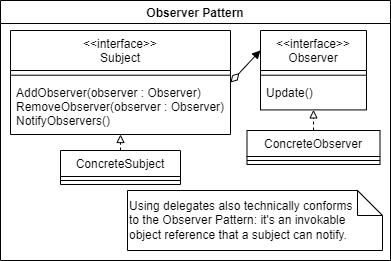
Johnny-Connor/GameProgrammingPatterns keeps this draw.io diagram as Assets/ObserverPattern/ObserverPatternDiagram.png. Above is the earlier version. Source tidied: cells renumbered, new cells last; positions are measured from the earlier drawing's top-left corner, leaving out a move shared by most shapes. Source of this version:
```xml
<mxGraphModel>
  <root>
    <mxCell id="0" />
    <mxCell id="1" parent="0" />
    <mxCell id="2" value="Observer Pattern" style="swimlane;labelBorderColor=none;labelBackgroundColor=none;spacing=2;" parent="1" vertex="1">
      <mxGeometry width="390" height="260" as="geometry" />
    </mxCell>
    <mxCell id="3" value="&lt;&lt;interface&gt;&gt;&#10;Subject" style="swimlane;fontStyle=0;align=center;verticalAlign=top;horizontal=1;startSize=40;" parent="2" vertex="1">
      <mxGeometry x="10" y="30" width="220" height="104" as="geometry" />
    </mxCell>
    <mxCell id="4" style="line;strokeWidth=1;fillColor=none;align=left;verticalAlign=middle;spacingTop=-1;spacingLeft=3;spacingRight=3;labelPosition=right;strokeColor=inherit;" parent="3" vertex="1">
      <mxGeometry y="40" width="220" height="9.4" as="geometry" />
    </mxCell>
    <mxCell id="5" value="AddObserver(observer : Observer)&#10;RemoveObserver(observer : Observer)&#10;NotifyObservers()" style="text;strokeColor=none;fillColor=none;align=left;verticalAlign=top;spacingLeft=4;spacingRight=4;overflow=hidden;" parent="3" vertex="1">
      <mxGeometry y="49.4" width="220" height="54.6" as="geometry" />
    </mxCell>
    <mxCell id="6" value="&lt;&lt;interface&gt;&gt;&#10;Observer" style="swimlane;fontStyle=0;align=center;verticalAlign=top;horizontal=1;startSize=40;" parent="2" vertex="1">
      <mxGeometry x="260" y="30" width="106" height="79.4" as="geometry" />
    </mxCell>
    <mxCell id="7" style="line;strokeWidth=1;fillColor=none;align=left;verticalAlign=middle;spacingTop=-1;spacingLeft=3;spacingRight=3;labelPosition=right;strokeColor=inherit;" parent="6" vertex="1">
      <mxGeometry y="40" width="106" height="9.4" as="geometry" />
    </mxCell>
    <mxCell id="8" value="Update()" style="text;strokeColor=none;fillColor=none;align=left;verticalAlign=top;spacingLeft=4;spacingRight=4;overflow=hidden;" parent="6" vertex="1">
      <mxGeometry y="49.4" width="106" height="30" as="geometry" />
    </mxCell>
    <mxCell id="9" value="ConcreteSubject" style="swimlane;fontStyle=0;align=center;verticalAlign=top;horizontal=1;startSize=26;" parent="2" vertex="1">
      <mxGeometry x="60" y="150" width="120" height="34" as="geometry" />
    </mxCell>
    <mxCell id="10" style="line;strokeWidth=1;fillColor=none;align=left;verticalAlign=middle;spacingTop=-1;spacingLeft=3;spacingRight=3;labelPosition=right;strokeColor=inherit;" parent="9" vertex="1">
      <mxGeometry y="26" width="120" height="8" as="geometry" />
    </mxCell>
    <mxCell id="11" value="ConcreteObserver" style="swimlane;fontStyle=0;align=center;verticalAlign=top;horizontal=1;startSize=26;" parent="2" vertex="1">
      <mxGeometry x="246.5" y="130" width="133" height="34" as="geometry" />
    </mxCell>
    <mxCell id="12" style="line;strokeWidth=1;fillColor=none;align=left;verticalAlign=middle;spacingTop=-1;spacingLeft=3;spacingRight=3;labelPosition=right;strokeColor=inherit;" parent="11" vertex="1">
      <mxGeometry y="26" width="133" height="8" as="geometry" />
    </mxCell>
    <mxCell id="13" style="rounded=0;jettySize=auto;html=1;exitX=0.5;exitY=0;exitDx=0;exitDy=0;entryX=0.5;entryY=1;entryDx=0;entryDy=0;dashed=1;endArrow=block;endFill=0;" parent="2" edge="1" source="11" target="6">
      <mxGeometry relative="1" as="geometry" />
    </mxCell>
    <mxCell id="14" style="rounded=0;jettySize=auto;html=1;exitX=0.5;exitY=0;exitDx=0;exitDy=0;dashed=1;endArrow=block;endFill=0;entryX=0.5;entryY=1;entryDx=0;entryDy=0;" parent="2" edge="1" source="9" target="3">
      <mxGeometry relative="1" as="geometry" />
    </mxCell>
    <mxCell id="15" style="edgeStyle=none;rounded=0;jettySize=auto;html=1;exitX=1;exitY=0.5;exitDx=0;exitDy=0;endArrow=block;endFill=1;entryX=0;entryY=0.25;entryDx=0;entryDy=0;startArrow=diamondThin;startFill=0;startSize=10;" parent="2" edge="1" source="3" target="6">
      <mxGeometry relative="1" as="geometry" />
    </mxCell>
    <mxCell id="16" value="Using delegates also technically conforms&#10;to the Observer Pattern: it's an invokable&#10;object reference that a subject can notify." style="shape=note2;boundedLbl=1;size=25;verticalAlign=middle;align=left;fontSize=12;spacing=2;spacingRight=0;whiteSpace=wrap;" parent="2" vertex="1">
      <mxGeometry x="127" y="190" width="255" height="60" as="geometry" />
    </mxCell>
  </root>
</mxGraphModel>
```
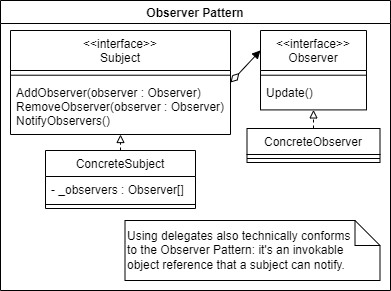
After the change.

Commit message:
ObserverPattern: UML updated.

Added _observers variable to ConcreteSubject.

Diff of the diagram source:
```diff
@@ -3,7 +3,7 @@
     <mxCell id="0" />
     <mxCell id="1" parent="0" />
     <mxCell id="2" value="Observer Pattern" style="swimlane;labelBorderColor=none;labelBackgroundColor=none;spacing=2;" parent="1" vertex="1">
-      <mxGeometry width="390" height="260" as="geometry" />
+      <mxGeometry width="390" height="290" as="geometry" />
     </mxCell>
     <mxCell id="3" value="&lt;&lt;interface&gt;&gt;&#10;Subject" style="swimlane;fontStyle=0;align=center;verticalAlign=top;horizontal=1;startSize=40;" parent="2" vertex="1">
       <mxGeometry x="10" y="30" width="220" height="104" as="geometry" />
@@ -24,13 +24,16 @@
       <mxGeometry y="49.4" width="106" height="30" as="geometry" />
     </mxCell>
     <mxCell id="9" value="ConcreteSubject" style="swimlane;fontStyle=0;align=center;verticalAlign=top;horizontal=1;startSize=26;" parent="2" vertex="1">
-      <mxGeometry x="60" y="150" width="120" height="34" as="geometry" />
+      <mxGeometry x="45" y="150" width="150" height="58" as="geometry" />
     </mxCell>
+    <mxCell id="17" value="- _observers : Observer[]" style="text;strokeColor=none;fillColor=none;align=left;verticalAlign=top;spacingLeft=4;spacingRight=4;overflow=hidden;spacing=2;" parent="9" vertex="1">
+      <mxGeometry y="26" width="150" height="24" as="geometry" />
+    </mxCell>
     <mxCell id="10" style="line;strokeWidth=1;fillColor=none;align=left;verticalAlign=middle;spacingTop=-1;spacingLeft=3;spacingRight=3;labelPosition=right;strokeColor=inherit;" parent="9" vertex="1">
-      <mxGeometry y="26" width="120" height="8" as="geometry" />
+      <mxGeometry y="50" width="150" height="8" as="geometry" />
     </mxCell>
     <mxCell id="11" value="ConcreteObserver" style="swimlane;fontStyle=0;align=center;verticalAlign=top;horizontal=1;startSize=26;" parent="2" vertex="1">
-      <mxGeometry x="246.5" y="130" width="133" height="34" as="geometry" />
+      <mxGeometry x="246.5" y="128" width="133" height="34" as="geometry" />
     </mxCell>
     <mxCell id="12" style="line;strokeWidth=1;fillColor=none;align=left;verticalAlign=middle;spacingTop=-1;spacingLeft=3;spacingRight=3;labelPosition=right;strokeColor=inherit;" parent="11" vertex="1">
       <mxGeometry y="26" width="133" height="8" as="geometry" />
@@ -45,7 +48,7 @@
       <mxGeometry relative="1" as="geometry" />
     </mxCell>
     <mxCell id="16" value="Using delegates also technically conforms&#10;to the Observer Pattern: it's an invokable&#10;object reference that a subject can notify." style="shape=note2;boundedLbl=1;size=25;verticalAlign=middle;align=left;fontSize=12;spacing=2;spacingRight=0;whiteSpace=wrap;" parent="2" vertex="1">
-      <mxGeometry x="127" y="190" width="255" height="60" as="geometry" />
+      <mxGeometry x="124.5" y="220" width="255" height="60" as="geometry" />
     </mxCell>
   </root>
 </mxGraphModel>
```
